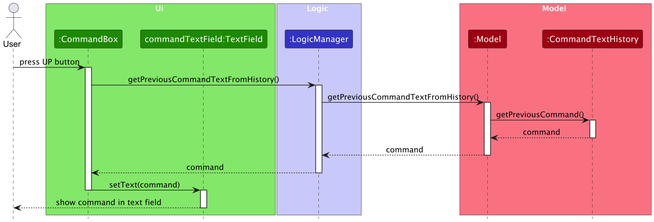
Before: docs/images/CommandTextHistorySequenceDiagram.png, a diagram exported from PlantUML (nus-cs2103-AY2425S1/tp).
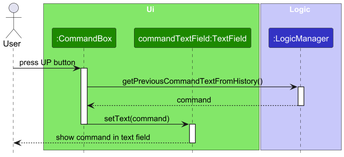
The same file after the commit.

Commit message:
Make DG diagram text bigger

Diff of the diagram source:
```diff
@@ -14,23 +14,11 @@
 participant ":LogicManager" as LogicManager LOGIC_COLOR
 end box
 
-box Model MODEL_COLOR_T1
-participant ":Model" as Model MODEL_COLOR
-participant ":CommandTextHistory" as CommandTextHistory MODEL_COLOR
-end box
 
 user -> CommandBox : press UP button
 activate CommandBox
 CommandBox -> LogicManager : getPreviousCommandTextFromHistory()
 activate LogicManager
-LogicManager -> Model : getPreviousCommandTextFromHistory()
-activate Model
-Model -> CommandTextHistory : getPreviousCommand()
-activate CommandTextHistory
-CommandTextHistory --> Model : command
-deactivate CommandTextHistory
-Model --> LogicManager : command
-deactivate Model
 LogicManager --> CommandBox : command
 deactivate LogicManager
 CommandBox -> commandTextField : setText(command)
```
